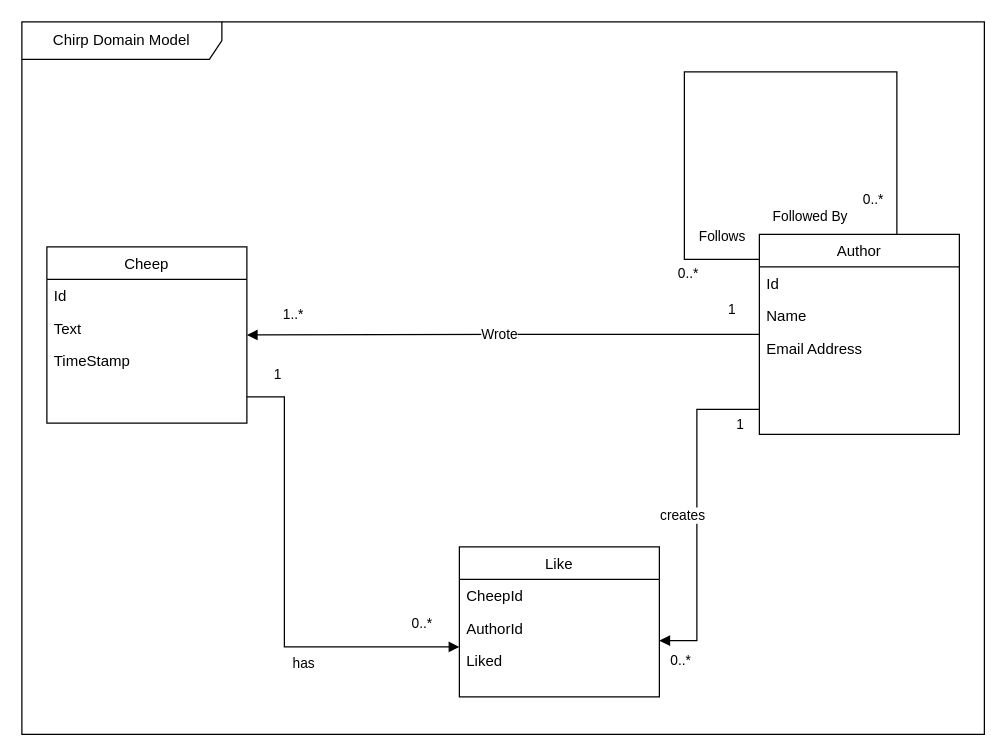
Above: docs/diagrams/ChirpDomain.drawio in ITU-BDSA23-GROUP21/Chirp (draw.io), before the change. Source tidied: cells renumbered, new cells numbered last; positions are measured from the earlier drawing's top-left corner, leaving out a move shared by most shapes. Both pictures are drawn from the tidied source at 125%, with x=0, y=0 at pixel (21, 21).
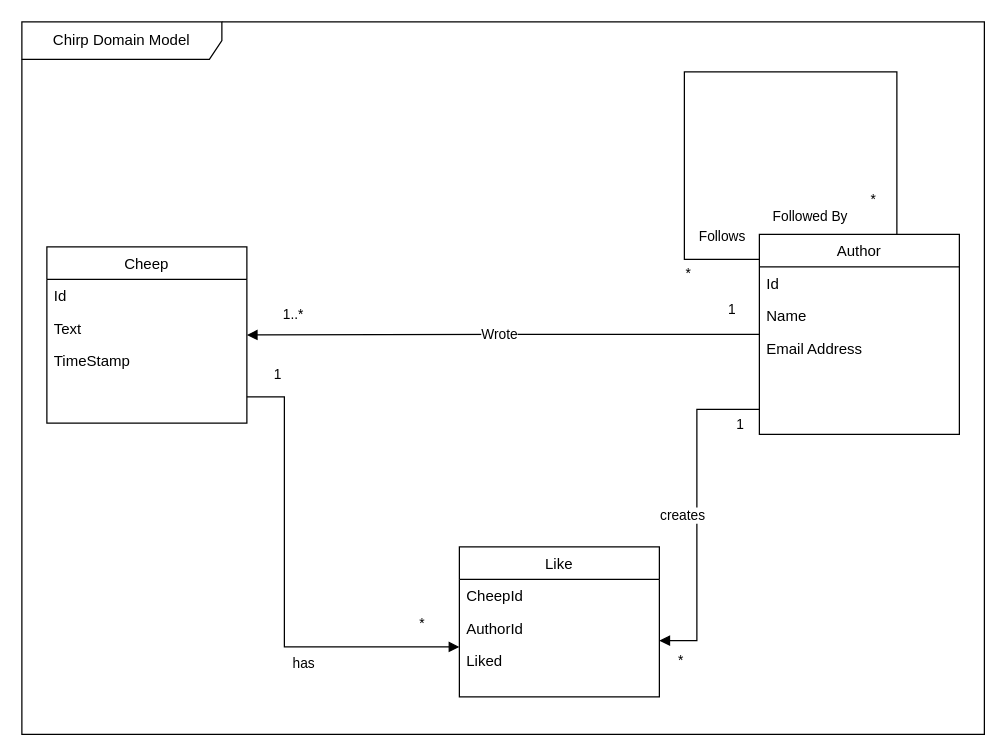
The same page after the edit.

The change refers to these unchanged cells:
```xml
<mxCell id="18" style="endArrow=none;html=1;edgeStyle=orthogonalEdgeStyle;rounded=0;" parent="1" edge="1" source="14" target="14">
  <mxGeometry relative="1" as="geometry">
    <Array as="points">
      <mxPoint x="700" y="40" />
      <mxPoint x="530" y="40" />
      <mxPoint x="530" y="190" />
    </Array>
  </mxGeometry>
</mxCell>
<mxCell id="23" value="creates" style="endArrow=block;endFill=1;html=1;edgeStyle=orthogonalEdgeStyle;align=left;verticalAlign=top;rounded=0;" parent="1" edge="1" source="14" target="6">
  <mxGeometry x="-0.08" y="-30" relative="1" as="geometry">
    <Array as="points">
      <mxPoint x="540" y="310" />
      <mxPoint x="540" y="495" />
    </Array>
    <mxPoint x="-1" as="offset" />
  </mxGeometry>
</mxCell>
<mxCell id="26" value="has" style="endArrow=block;endFill=1;html=1;edgeStyle=orthogonalEdgeStyle;align=left;verticalAlign=top;rounded=0;" parent="1" edge="1" source="2" target="6">
  <mxGeometry x="0.27" relative="1" as="geometry">
    <Array as="points">
      <mxPoint x="210" y="300" />
      <mxPoint x="210" y="500" />
    </Array>
  </mxGeometry>
</mxCell>
```

The edit, as a diff of the source:
```diff
@@
-    <mxCell id="21" value="0..*" style="edgeLabel;html=1;align=center;verticalAlign=middle;" parent="18" vertex="1">
+    <mxCell id="21" value="*" style="edgeLabel;html=1;align=center;verticalAlign=middle;" parent="18" vertex="1">
       <mxGeometry x="0.89" y="1" relative="1" as="geometry">
         <mxPoint x="-30" y="11" as="offset" />
       </mxGeometry>
     </mxCell>
-    <mxCell id="22" value="0..*" style="edgeLabel;html=1;align=center;verticalAlign=middle;" parent="18" vertex="1">
+    <mxCell id="22" value="*" style="edgeLabel;html=1;align=center;verticalAlign=middle;" parent="18" vertex="1">
       <mxGeometry x="-0.88" relative="1" as="geometry">
         <mxPoint x="-20" y="2" as="offset" />
       </mxGeometry>
     </mxCell>
@@
-    <mxCell id="25" value="0..*" style="edgeLabel;html=1;align=center;verticalAlign=middle;" parent="23" vertex="1">
+    <mxCell id="25" value="*" style="edgeLabel;html=1;align=center;verticalAlign=middle;" parent="23" vertex="1">
       <mxGeometry x="0.88" y="2" relative="1" as="geometry">
         <mxPoint y="13" as="offset" />
       </mxGeometry>
     </mxCell>
@@
-    <mxCell id="28" value="0..*" style="edgeLabel;html=1;align=center;verticalAlign=middle;" parent="26" vertex="1">
+    <mxCell id="28" value="*" style="edgeLabel;html=1;align=center;verticalAlign=middle;" parent="26" vertex="1">
       <mxGeometry x="0.83" y="1" relative="1" as="geometry">
         <mxPoint y="-19" as="offset" />
       </mxGeometry>
     </mxCell>
```
